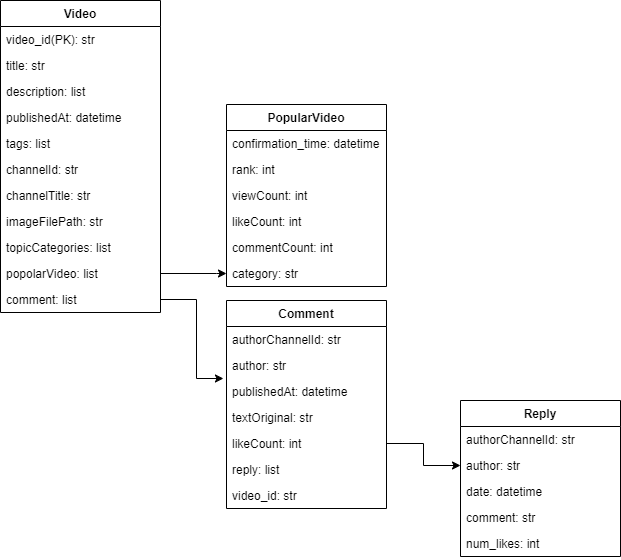
This is youtube_crawler_schema.png from oodeng98/Youtube_crawler, a draw.io export, as it was before one commit. Source tidied: cells renumbered, new cells last; positions are measured from the earlier drawing's top-left corner, leaving out a move shared by most shapes.
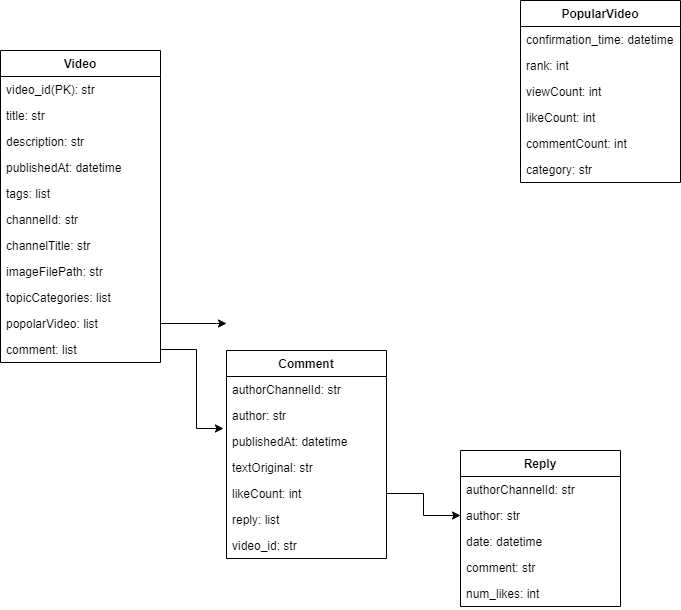
After the change.

Diff of the diagram source:
```diff
@@ -11,7 +11,7 @@
     <mxCell id="4" value="title: str" style="text;strokeColor=none;fillColor=none;align=left;verticalAlign=top;spacingLeft=4;spacingRight=4;overflow=hidden;" parent="2" vertex="1">
       <mxGeometry y="52" width="160" height="26" as="geometry" />
     </mxCell>
-    <mxCell id="5" value="description: list" style="text;strokeColor=none;fillColor=none;align=left;verticalAlign=top;spacingLeft=4;spacingRight=4;overflow=hidden;" parent="2" vertex="1">
+    <mxCell id="5" value="description: str" style="text;strokeColor=none;fillColor=none;align=left;verticalAlign=top;spacingLeft=4;spacingRight=4;overflow=hidden;" parent="2" vertex="1">
       <mxGeometry y="78" width="160" height="26" as="geometry" />
     </mxCell>
     <mxCell id="6" value="publishedAt: datetime" style="text;strokeColor=none;fillColor=none;align=left;verticalAlign=top;spacingLeft=4;spacingRight=4;overflow=hidden;" parent="2" vertex="1">
@@ -39,7 +39,7 @@
       <mxGeometry y="286" width="160" height="26" as="geometry" />
     </mxCell>
     <mxCell id="14" value="PopularVideo" style="swimlane;fontStyle=1;align=center;verticalAlign=top;horizontal=1;startSize=26;" parent="1" vertex="1">
-      <mxGeometry x="226" y="104" width="160" height="182" as="geometry" />
+      <mxGeometry x="520" y="-50" width="160" height="182" as="geometry" />
     </mxCell>
     <mxCell id="15" value="confirmation_time: datetime" style="text;strokeColor=none;fillColor=none;align=left;verticalAlign=top;spacingLeft=4;spacingRight=4;overflow=hidden;" parent="14" vertex="1">
       <mxGeometry y="26" width="160" height="26" as="geometry" />
```
